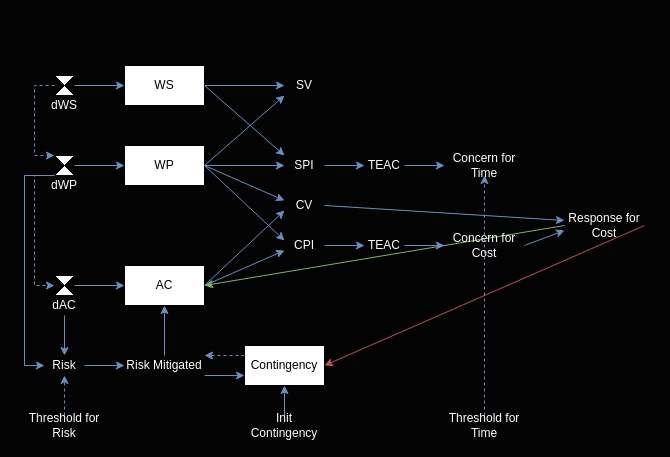
Before: SD.drawio in filippomariaottaviani/serendipity, a draw.io diagram. Source tidied: cells renumbered, new cells numbered last; positions are measured from the earlier drawing's top-left corner, leaving out a move shared by most shapes. Both pictures are drawn from the tidied source at 100%, with x=0, y=0 at pixel (24, 65).
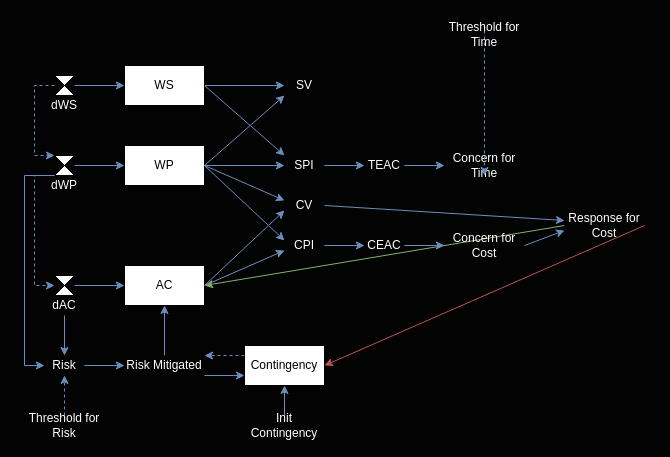
Above is the later version.

What changed in the source:
```diff
@@
-    <mxCell id="34" value="TEAC" style="text;html=1;strokeColor=none;fillColor=none;align=center;verticalAlign=middle;whiteSpace=wrap;rounded=0;fontColor=#FFFFFF;" parent="1" vertex="1">
+    <mxCell id="34" value="CEAC" style="text;html=1;strokeColor=none;fillColor=none;align=center;verticalAlign=middle;whiteSpace=wrap;rounded=0;fontColor=#FFFFFF;" parent="1" vertex="1">
       <mxGeometry x="340" y="170" width="40" height="20" as="geometry" />
     </mxCell>
@@
     <mxCell id="55" value="Threshold for Time" style="text;html=1;strokeColor=none;fillColor=none;align=center;verticalAlign=middle;whiteSpace=wrap;rounded=0;fontColor=#FFFFFF;" parent="1" vertex="1">
-      <mxGeometry x="420" y="350" width="80" height="20" as="geometry" />
+      <mxGeometry x="420" y="-41" width="80" height="20" as="geometry" />
     </mxCell>
```
